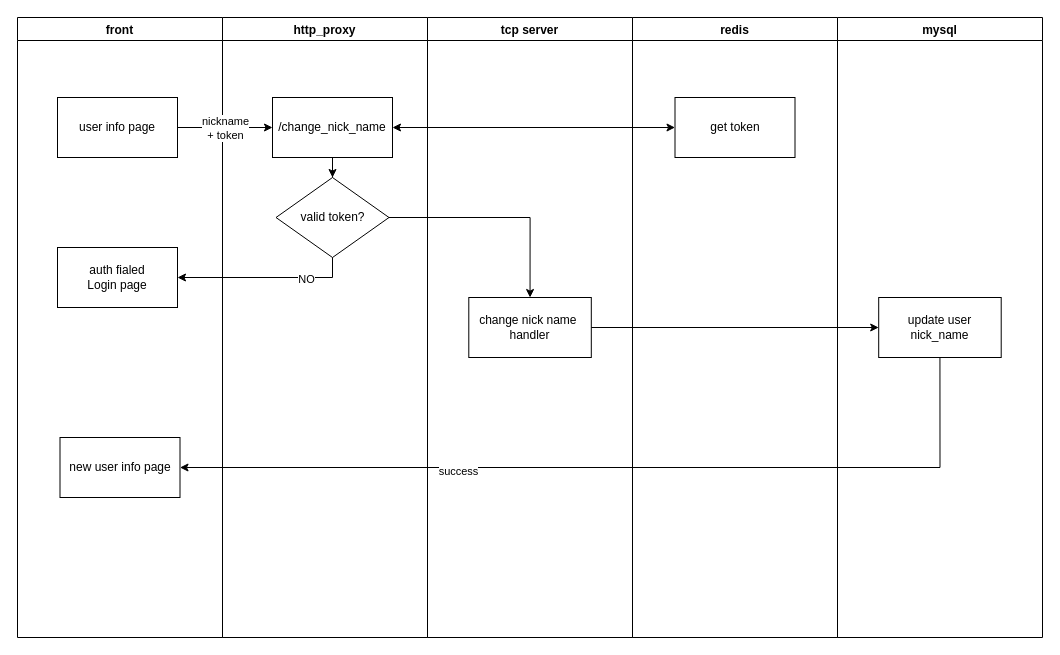
Earlier version of the draw.io diagram network/changenicknameflow.drawio (xiaobaiTech/image). Source tidied: cells renumbered, new cells numbered last; positions are measured from the earlier drawing's top-left corner, leaving out a move shared by most shapes. Both pictures are drawn from the tidied source at 100%, with x=0, y=0 at pixel (17, 17).
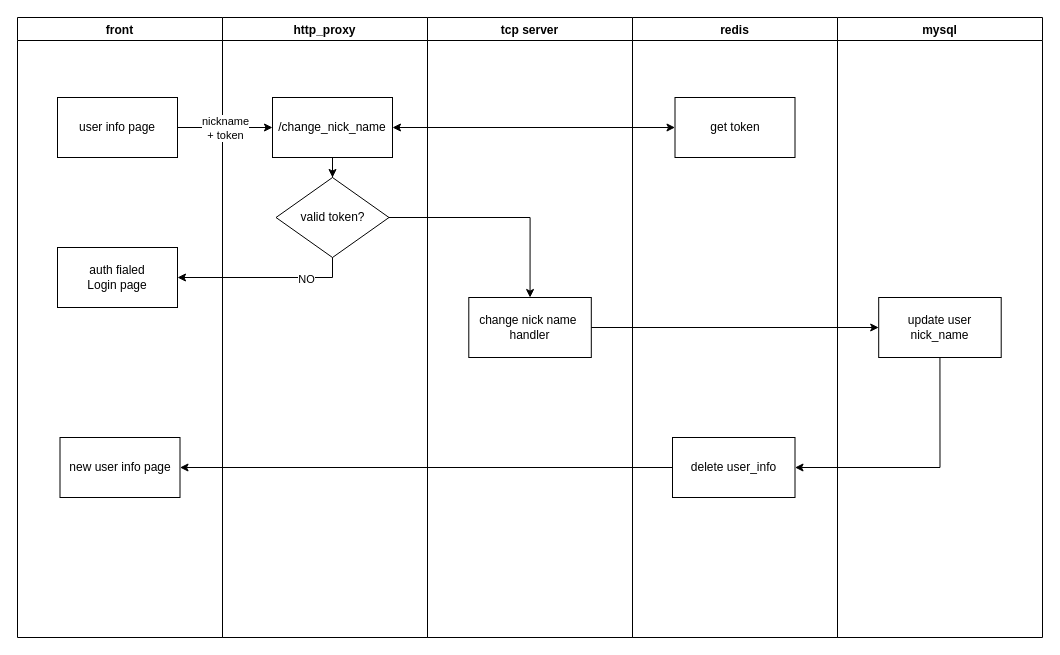
The same page after the edit.

The change refers to these unchanged cells:
```xml
<mxCell id="5" value="new user info page" style="rounded=0;whiteSpace=wrap;html=1;" parent="2" vertex="1">
  <mxGeometry x="42.5" y="420" width="120" height="60" as="geometry" />
</mxCell>
<mxCell id="12" value="redis" style="swimlane;" parent="1" vertex="1">
  <mxGeometry x="615" width="205" height="620" as="geometry" />
</mxCell>
<mxCell id="15" value="update user nick_name" style="rounded=0;whiteSpace=wrap;html=1;" parent="14" vertex="1">
  <mxGeometry x="41.2" y="280" width="122.5" height="60" as="geometry" />
</mxCell>
```

Change to the diagram source:
```diff
@@
+    <mxCell id="25" value="delete user_info" style="rounded=0;whiteSpace=wrap;html=1;" parent="12" vertex="1">
+      <mxGeometry x="40" y="420" width="122.5" height="60" as="geometry" />
+    </mxCell>
@@
-    <mxCell id="18" style="edgeStyle=orthogonalEdgeStyle;rounded=0;jettySize=auto;html=1;exitX=0.5;exitY=1;exitDx=0;exitDy=0;entryX=1;entryY=0.5;entryDx=0;entryDy=0;" parent="1" edge="1" source="15" target="5">
-      <mxGeometry relative="1" as="geometry" />
-    </mxCell>
-    <mxCell id="19" value="success" style="edgeLabel;html=1;align=center;verticalAlign=middle;" parent="18" vertex="1">
-      <mxGeometry x="0.36" y="3" relative="1" as="geometry" />
-    </mxCell>
@@
+    <mxCell id="26" style="edgeStyle=orthogonalEdgeStyle;rounded=0;jettySize=auto;html=1;exitX=0.5;exitY=1;exitDx=0;exitDy=0;entryX=1;entryY=0.5;entryDx=0;entryDy=0;" parent="1" edge="1" source="15" target="25">
+      <mxGeometry relative="1" as="geometry" />
+    </mxCell>
+    <mxCell id="27" style="edgeStyle=orthogonalEdgeStyle;rounded=0;jettySize=auto;html=1;exitX=0;exitY=0.5;exitDx=0;exitDy=0;entryX=1;entryY=0.5;entryDx=0;entryDy=0;" parent="1" edge="1" source="25" target="5">
+      <mxGeometry relative="1" as="geometry" />
+    </mxCell>
```
